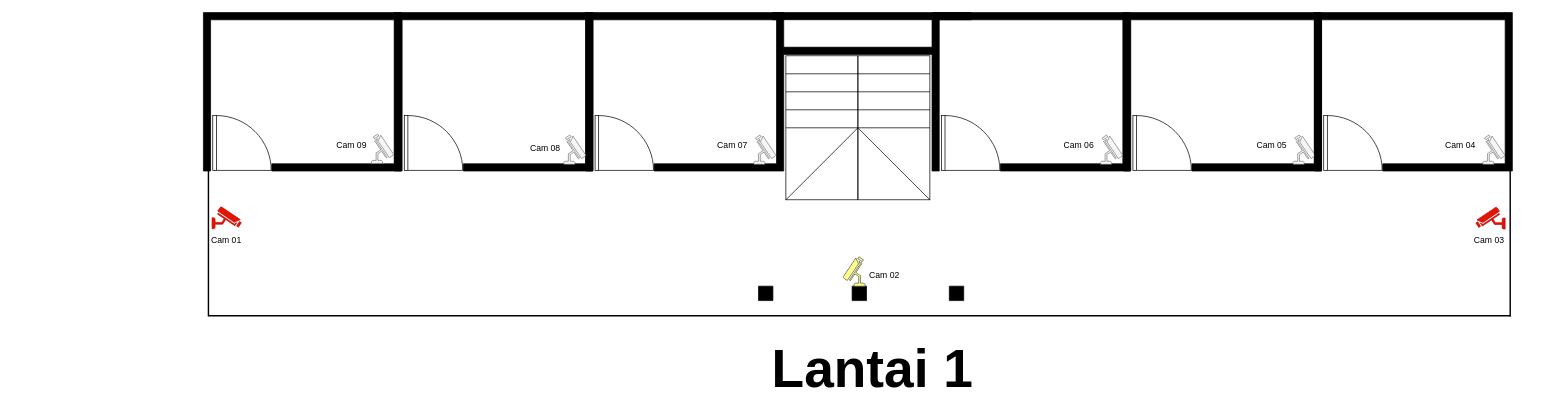
Above: page "1st - floor" (1 of 4) of Diagram Tanpa Judul.drawio in mohammadrifanmushlih17/My-Project-Draw (draw.io), before the change. Source tidied: cells renumbered, new cells numbered last; positions are measured from the earlier drawing's top-left corner, leaving out a move shared by most shapes. Both pictures are drawn from the tidied source at 72%, with x=0, y=0 at pixel (203, 12).
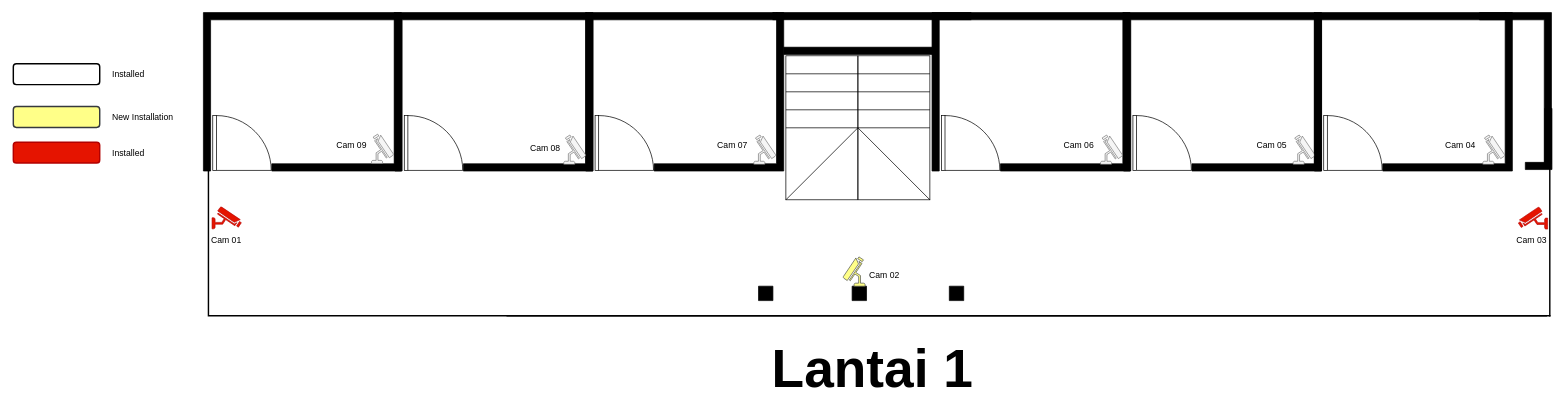
The same diagram, later.

Change to the diagram source:
```diff
@@
     <mxCell id="40" style="line;strokeWidth=2;html=1;" parent="1" vertex="1">
-      <mxGeometry x="6" y="416" width="1810" height="10" as="geometry" />
+      <mxGeometry x="6" y="416" width="1860" height="10" as="geometry" />
     </mxCell>
     <mxCell id="41" style="line;strokeWidth=2;direction=south;html=1;" parent="1" vertex="1">
-      <mxGeometry x="1810" y="212" width="10" height="210" as="geometry" />
+      <mxGeometry x="1865" y="212" width="10" height="210" as="geometry" />
     </mxCell>
@@
     <mxCell id="49" style="verticalAlign=top;verticalLabelPosition=bottom;labelPosition=center;align=center;html=1;gradientDirection=north;strokeWidth=2;shape=mxgraph.networks.security_camera;direction=east;flipH=1;fillColor=#e51400;strokeColor=#B20000;fontColor=#ffffff;" parent="1" vertex="1">
-      <mxGeometry x="1767.3" y="270.2" width="40.7" height="30.5" as="geometry" />
+      <mxGeometry x="1826.3" y="270.2" width="40.7" height="30.5" as="geometry" />
     </mxCell>
     <mxCell id="50" value="Cam 03" style="text;html=1;align=center;verticalAlign=middle;whiteSpace=wrap;rounded=0;" parent="1" vertex="1">
-      <mxGeometry x="1756" y="302" width="60" height="30" as="geometry" />
+      <mxGeometry x="1815" y="302" width="60" height="30" as="geometry" />
     </mxCell>
@@
+    <mxCell id="52" style="verticalLabelPosition=bottom;html=1;verticalAlign=top;align=center;shape=mxgraph.floorplan.wallCorner;fillColor=strokeColor;direction=south;" parent="1" vertex="1">
+      <mxGeometry x="1772.3" width="100" height="210" as="geometry" />
+    </mxCell>
+    <mxCell id="53" style="line;strokeWidth=2;html=1;" parent="1" vertex="1">
+      <mxGeometry x="421" y="416" width="1450" height="10" as="geometry" />
+    </mxCell>
+    <mxCell id="54" style="verticalLabelPosition=bottom;html=1;verticalAlign=top;align=center;shape=mxgraph.floorplan.wallCorner;fillColor=strokeColor;direction=west;" parent="1" vertex="1">
+      <mxGeometry x="1836" y="133" width="37" height="85" as="geometry" />
+    </mxCell>
+    <mxCell id="55" style="rounded=1;whiteSpace=wrap;html=1;strokeWidth=2;" parent="1" vertex="1">
+      <mxGeometry x="-264" y="71" width="120" height="29" as="geometry" />
+    </mxCell>
+    <mxCell id="56" style="rounded=1;whiteSpace=wrap;html=1;fillColor=#ffff88;strokeColor=#36393d;strokeWidth=2;" parent="1" vertex="1">
+      <mxGeometry x="-264" y="130.5" width="120" height="29" as="geometry" />
+    </mxCell>
+    <mxCell id="57" style="rounded=1;whiteSpace=wrap;html=1;fillColor=#e51400;strokeColor=#B20000;strokeWidth=2;fontColor=#ffffff;" parent="1" vertex="1">
+      <mxGeometry x="-264" y="180" width="120" height="29" as="geometry" />
+    </mxCell>
+    <mxCell id="58" value="Installed" style="text;html=1;align=center;verticalAlign=middle;whiteSpace=wrap;rounded=0;" parent="1" vertex="1">
+      <mxGeometry x="-134" y="70.5" width="60" height="30" as="geometry" />
+    </mxCell>
+    <mxCell id="59" value="Installed" style="text;html=1;align=center;verticalAlign=middle;whiteSpace=wrap;rounded=0;" parent="1" vertex="1">
+      <mxGeometry x="-134" y="180" width="60" height="30" as="geometry" />
+    </mxCell>
+    <mxCell id="60" value="New Installation" style="text;html=1;align=center;verticalAlign=middle;whiteSpace=wrap;rounded=0;" parent="1" vertex="1">
+      <mxGeometry x="-134" y="130" width="100" height="30" as="geometry" />
+    </mxCell>
```
